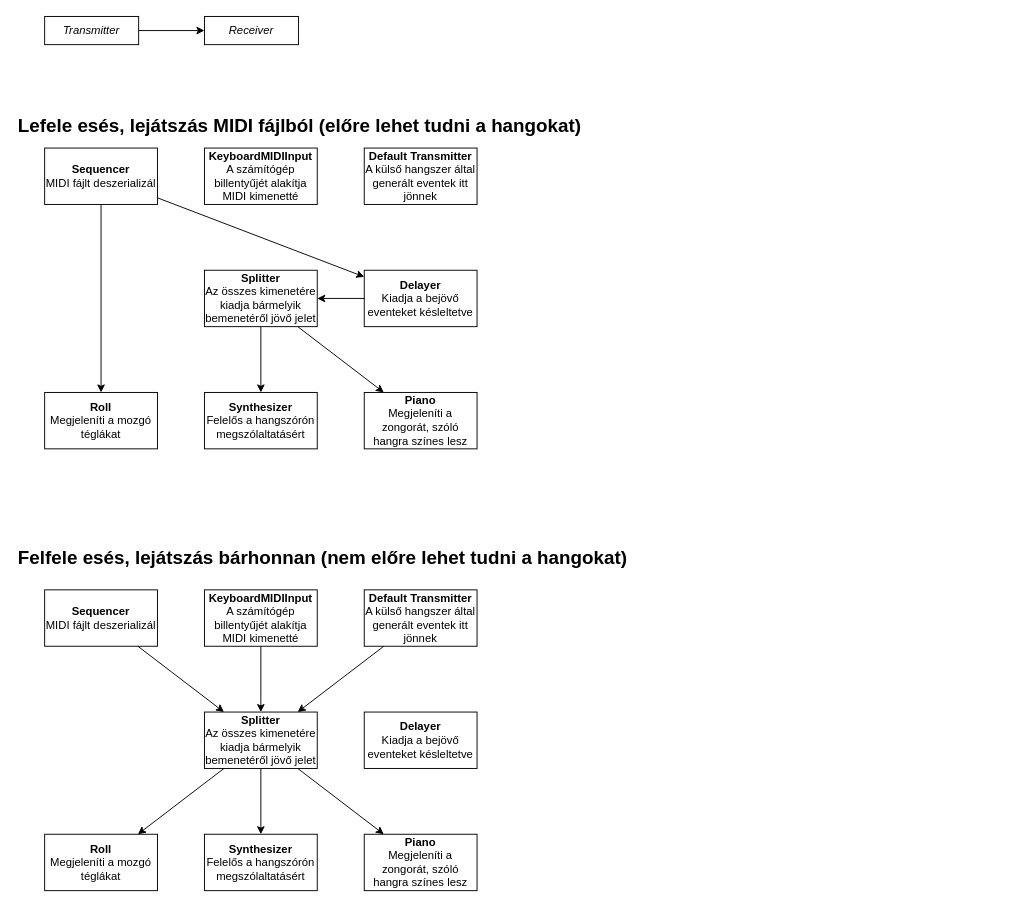
4321ba/synthesijava keeps this draw.io diagram as documentation/MIDI_devices.drawio. Above is the earlier version. Source tidied: cells renumbered, new cells numbered last; positions are measured from the earlier drawing's top-left corner, leaving out a move shared by most shapes. Both pictures are drawn from the tidied source at 94%, with x=0, y=0 at pixel (16, 16).
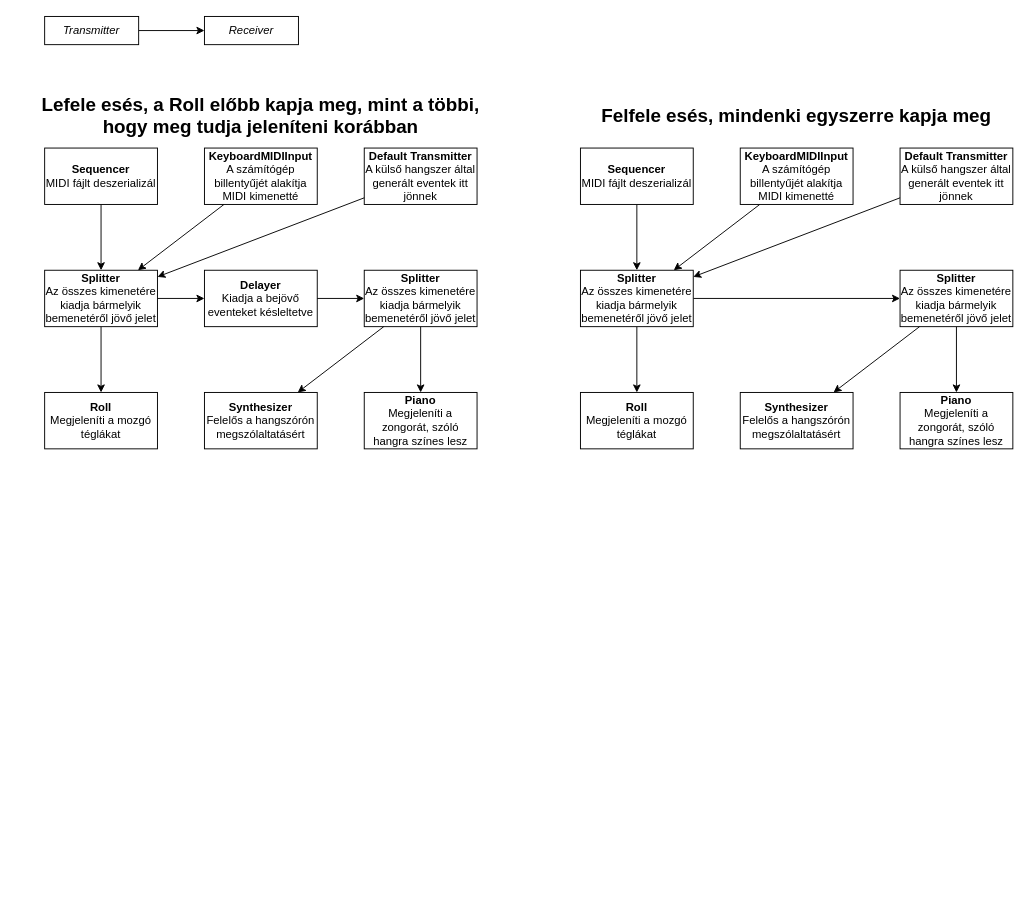
The same page after the edit.

Unchanged cells that the change refers to:
```xml
<mxCell id="2" value="&lt;div&gt;&lt;b&gt;Roll&lt;/b&gt;&lt;/div&gt;&lt;div&gt;Megjeleníti a mozgó téglákat&lt;br&gt;&lt;/div&gt;" style="rounded=0;whiteSpace=wrap;html=1;" parent="1" vertex="1">
  <mxGeometry x="30" y="400" width="120" height="60" as="geometry" />
</mxCell>
<mxCell id="5" value="&lt;div&gt;&lt;b&gt;Sequencer&lt;/b&gt;&lt;/div&gt;&lt;div&gt;MIDI fájlt deszerializál&lt;/div&gt;" style="rounded=0;whiteSpace=wrap;html=1;" parent="1" vertex="1">
  <mxGeometry x="30" y="140" width="120" height="60" as="geometry" />
</mxCell>
<mxCell id="7" value="&lt;div&gt;&lt;b&gt;KeyboardMIDIInput&lt;/b&gt;&lt;/div&gt;&lt;div&gt;A számítógép billentyűjét alakítja MIDI kimenetté&lt;br&gt;&lt;/div&gt;" style="rounded=0;whiteSpace=wrap;html=1;" parent="1" vertex="1">
  <mxGeometry x="200" y="140" width="120" height="60" as="geometry" />
</mxCell>
<mxCell id="12" value="&lt;div&gt;&lt;b&gt;Default Transmitter&lt;/b&gt;&lt;/div&gt;&lt;div&gt;A külső hangszer által generált eventek itt jönnek&lt;br&gt;&lt;/div&gt;" style="rounded=0;whiteSpace=wrap;html=1;" parent="1" vertex="1">
  <mxGeometry x="370" y="140" width="120" height="60" as="geometry" />
</mxCell>
```

What changed in the source:
```diff
@@
-    <mxCell id="4" style="edgeStyle=orthogonalEdgeStyle;rounded=0;jettySize=auto;html=1;fontSize=20;" parent="1" edge="1" source="5" target="2">
+    <mxCell id="4" style="edgeStyle=orthogonalEdgeStyle;rounded=0;jettySize=auto;html=1;fontSize=20;" parent="1" edge="1" source="5" target="35">
       <mxGeometry relative="1" as="geometry" />
     </mxCell>
@@
     <mxCell id="11" value="&lt;div&gt;&lt;b&gt;Delayer&lt;/b&gt;&lt;/div&gt;&lt;div&gt;Kiadja a bejövő eventeket késleltetve&lt;br&gt;&lt;/div&gt;" style="rounded=0;whiteSpace=wrap;html=1;" parent="1" vertex="1">
-      <mxGeometry x="370" y="270" width="120" height="60" as="geometry" />
+      <mxGeometry x="200" y="270" width="120" height="60" as="geometry" />
     </mxCell>
@@
-    <mxCell id="13" value="&lt;div align=&quot;left&quot;&gt;&lt;font style=&quot;font-size: 20px;&quot;&gt;&lt;b&gt;Lefele esés, lejátszás MIDI fájlból (előre lehet tudni a hangokat) &lt;/b&gt;&lt;/font&gt;&lt;/div&gt;" style="text;html=1;strokeColor=none;fillColor=none;align=left;verticalAlign=middle;whiteSpace=wrap;rounded=0;" parent="1" vertex="1">
-      <mxGeometry y="100" width="610" height="30" as="geometry" />
+    <mxCell id="13" value="&lt;div align=&quot;center&quot;&gt;&lt;font style=&quot;font-size: 20px;&quot;&gt;&lt;b&gt;Lefele esés, a Roll előbb kapja meg, mint a többi,&lt;/b&gt;&lt;/font&gt;&lt;/div&gt;&lt;div align=&quot;center&quot;&gt;&lt;font style=&quot;font-size: 20px;&quot;&gt;&lt;b&gt;hogy meg tudja jeleníteni korábban &lt;/b&gt;&lt;/font&gt;&lt;/div&gt;" style="text;html=1;strokeColor=none;fillColor=none;align=center;verticalAlign=middle;whiteSpace=wrap;rounded=0;" parent="1" vertex="1">
+      <mxGeometry x="25" y="90" width="470" height="30" as="geometry" />
     </mxCell>
-    <mxCell id="14" style="endArrow=classic;html=1;rounded=0;fontSize=20;" parent="1" edge="1" source="5" target="11">
+    <mxCell id="14" style="endArrow=classic;html=1;rounded=0;fontSize=20;" parent="1" edge="1" source="35" target="11">
       <mxGeometry relative="1" as="geometry" />
     </mxCell>
@@
-    <mxCell id="17" value="&lt;div align=&quot;left&quot;&gt;&lt;font style=&quot;font-size: 20px;&quot;&gt;&lt;b&gt;Felfele esés, lejátszás bárhonnan (nem előre lehet tudni a hangokat) &lt;/b&gt;&lt;/font&gt;&lt;/div&gt;" style="text;html=1;strokeColor=none;fillColor=none;align=left;verticalAlign=middle;whiteSpace=wrap;rounded=0;" parent="1" vertex="1">
-      <mxGeometry y="560" width="690" height="30" as="geometry" />
+    <mxCell id="17" value="&lt;div align=&quot;center&quot;&gt;&lt;font style=&quot;font-size: 20px;&quot;&gt;&lt;b&gt;Felfele esés, mindenki egyszerre kapja meg &lt;/b&gt;&lt;/font&gt;&lt;/div&gt;" style="text;html=1;strokeColor=none;fillColor=none;align=center;verticalAlign=middle;whiteSpace=wrap;rounded=0;" parent="1" vertex="1">
+      <mxGeometry x="615" y="90" width="430" height="30" as="geometry" />
     </mxCell>
     <mxCell id="18" value="&lt;b&gt;Splitter&lt;/b&gt;&lt;div&gt;Az összes kimenetére kiadja bármelyik bemenetéről jövő jelet&lt;br&gt;&lt;/div&gt;" style="rounded=0;whiteSpace=wrap;html=1;" parent="1" vertex="1">
-      <mxGeometry x="200" y="270" width="120" height="60" as="geometry" />
+      <mxGeometry x="370" y="270" width="120" height="60" as="geometry" />
     </mxCell>
@@
+    <mxCell id="34" style="edgeStyle=orthogonalEdgeStyle;rounded=0;jettySize=auto;html=1;" parent="1" edge="1" source="35" target="2">
+      <mxGeometry relative="1" as="geometry" />
+    </mxCell>
+    <mxCell id="35" value="&lt;b&gt;Splitter&lt;/b&gt;&lt;div&gt;Az összes kimenetére kiadja bármelyik bemenetéről jövő jelet&lt;br&gt;&lt;/div&gt;" style="rounded=0;whiteSpace=wrap;html=1;" parent="1" vertex="1">
+      <mxGeometry x="30" y="270" width="120" height="60" as="geometry" />
+    </mxCell>
+    <mxCell id="36" style="endArrow=classic;html=1;rounded=0;" parent="1" edge="1" source="7" target="35">
+      <mxGeometry relative="1" as="geometry" />
+    </mxCell>
+    <mxCell id="37" style="endArrow=classic;html=1;rounded=0;" parent="1" edge="1" source="12" target="35">
+      <mxGeometry relative="1" as="geometry" />
+    </mxCell>
     <mxCell id="20" value="&lt;div&gt;&lt;b&gt;Roll&lt;/b&gt;&lt;/div&gt;&lt;div&gt;Megjeleníti a mozgó téglákat&lt;br&gt;&lt;/div&gt;" style="rounded=0;whiteSpace=wrap;html=1;" parent="1" vertex="1">
-      <mxGeometry x="30" y="870" width="120" height="60" as="geometry" />
+      <mxGeometry x="600" y="400" width="120" height="60" as="geometry" />
     </mxCell>
     <mxCell id="21" value="&lt;div&gt;&lt;b&gt;Synthesizer&lt;/b&gt;&lt;/div&gt;Felelős a hangszórón megszólaltatásért" style="rounded=0;whiteSpace=wrap;html=1;" parent="1" vertex="1">
-      <mxGeometry x="200" y="870" width="120" height="60" as="geometry" />
+      <mxGeometry x="770" y="400" width="120" height="60" as="geometry" />
     </mxCell>
+    <mxCell id="38" style="edgeStyle=orthogonalEdgeStyle;rounded=0;jettySize=auto;html=1;fontSize=20;" parent="1" edge="1" source="22" target="44">
+      <mxGeometry relative="1" as="geometry" />
+    </mxCell>
     <mxCell id="22" value="&lt;div&gt;&lt;b&gt;Sequencer&lt;/b&gt;&lt;/div&gt;&lt;div&gt;MIDI fájlt deszerializál&lt;/div&gt;" style="rounded=0;whiteSpace=wrap;html=1;" parent="1" vertex="1">
-      <mxGeometry x="30" y="610" width="120" height="60" as="geometry" />
+      <mxGeometry x="600" y="140" width="120" height="60" as="geometry" />
     </mxCell>
     <mxCell id="23" value="&lt;div&gt;&lt;b&gt;Piano&lt;/b&gt;&lt;/div&gt;&lt;div&gt;Megjeleníti a zongorát, szóló hangra színes lesz&lt;br&gt;&lt;/div&gt;" style="rounded=0;whiteSpace=wrap;html=1;" parent="1" vertex="1">
-      <mxGeometry x="370" y="870" width="120" height="60" as="geometry" />
+      <mxGeometry x="940" y="400" width="120" height="60" as="geometry" />
     </mxCell>
     <mxCell id="24" value="&lt;div&gt;&lt;b&gt;KeyboardMIDIInput&lt;/b&gt;&lt;/div&gt;&lt;div&gt;A számítógép billentyűjét alakítja MIDI kimenetté&lt;br&gt;&lt;/div&gt;" style="rounded=0;whiteSpace=wrap;html=1;" parent="1" vertex="1">
-      <mxGeometry x="200" y="610" width="120" height="60" as="geometry" />
+      <mxGeometry x="770" y="140" width="120" height="60" as="geometry" />
     </mxCell>
-    <mxCell id="25" value="&lt;div&gt;&lt;b&gt;Delayer&lt;/b&gt;&lt;/div&gt;&lt;div&gt;Kiadja a bejövő eventeket késleltetve&lt;br&gt;&lt;/div&gt;" style="rounded=0;whiteSpace=wrap;html=1;" parent="1" vertex="1">
-      <mxGeometry x="370" y="740" width="120" height="60" as="geometry" />
-    </mxCell>
     <mxCell id="26" value="&lt;div&gt;&lt;b&gt;Default Transmitter&lt;/b&gt;&lt;/div&gt;&lt;div&gt;A külső hangszer által generált eventek itt jönnek&lt;br&gt;&lt;/div&gt;" style="rounded=0;whiteSpace=wrap;html=1;" parent="1" vertex="1">
-      <mxGeometry x="370" y="610" width="120" height="60" as="geometry" />
+      <mxGeometry x="940" y="140" width="120" height="60" as="geometry" />
     </mxCell>
-    <mxCell id="27" style="endArrow=classic;html=1;rounded=0;fontSize=20;" parent="1" edge="1" source="22" target="29">
-      <mxGeometry relative="1" as="geometry" />
-    </mxCell>
-    <mxCell id="28" style="endArrow=classic;html=1;rounded=0;fontSize=20;" parent="1" edge="1" source="29" target="23">
-      <mxGeometry relative="1" as="geometry" />
-    </mxCell>
-    <mxCell id="29" value="&lt;b&gt;Splitter&lt;/b&gt;&lt;div&gt;Az összes kimenetére kiadja bármelyik bemenetéről jövő jelet&lt;br&gt;&lt;/div&gt;" style="rounded=0;whiteSpace=wrap;html=1;" parent="1" vertex="1">
-      <mxGeometry x="200" y="740" width="120" height="60" as="geometry" />
-    </mxCell>
-    <mxCell id="30" style="endArrow=classic;html=1;rounded=0;fontSize=20;" parent="1" edge="1" source="29" target="21">
-      <mxGeometry relative="1" as="geometry" />
-    </mxCell>
-    <mxCell id="31" style="endArrow=classic;html=1;rounded=0;fontSize=20;" parent="1" edge="1" source="29" target="20">
-      <mxGeometry relative="1" as="geometry" />
-    </mxCell>
-    <mxCell id="32" style="endArrow=classic;html=1;rounded=0;fontSize=20;" parent="1" edge="1" source="24" target="29">
-      <mxGeometry relative="1" as="geometry" />
-    </mxCell>
-    <mxCell id="33" style="endArrow=classic;html=1;rounded=0;fontSize=20;" parent="1" edge="1" source="26" target="29">
-      <mxGeometry relative="1" as="geometry" />
-    </mxCell>
+    <mxCell id="39" style="endArrow=classic;html=1;rounded=0;fontSize=20;" parent="1" edge="1" source="44" target="41">
+      <mxGeometry relative="1" as="geometry" />
+    </mxCell>
+    <mxCell id="40" style="endArrow=classic;html=1;rounded=0;fontSize=20;" parent="1" edge="1" source="41" target="23">
+      <mxGeometry relative="1" as="geometry" />
+    </mxCell>
+    <mxCell id="41" value="&lt;b&gt;Splitter&lt;/b&gt;&lt;div&gt;Az összes kimenetére kiadja bármelyik bemenetéről jövő jelet&lt;br&gt;&lt;/div&gt;" style="rounded=0;whiteSpace=wrap;html=1;" parent="1" vertex="1">
+      <mxGeometry x="940" y="270" width="120" height="60" as="geometry" />
+    </mxCell>
+    <mxCell id="42" style="endArrow=classic;html=1;rounded=0;fontSize=20;" parent="1" edge="1" source="41" target="21">
+      <mxGeometry relative="1" as="geometry" />
+    </mxCell>
+    <mxCell id="43" style="edgeStyle=orthogonalEdgeStyle;rounded=0;jettySize=auto;html=1;" parent="1" edge="1" source="44" target="20">
+      <mxGeometry relative="1" as="geometry" />
+    </mxCell>
+    <mxCell id="44" value="&lt;b&gt;Splitter&lt;/b&gt;&lt;div&gt;Az összes kimenetére kiadja bármelyik bemenetéről jövő jelet&lt;br&gt;&lt;/div&gt;" style="rounded=0;whiteSpace=wrap;html=1;" parent="1" vertex="1">
+      <mxGeometry x="600" y="270" width="120" height="60" as="geometry" />
+    </mxCell>
+    <mxCell id="45" style="endArrow=classic;html=1;rounded=0;" parent="1" edge="1" source="24" target="44">
+      <mxGeometry relative="1" as="geometry" />
+    </mxCell>
+    <mxCell id="46" style="endArrow=classic;html=1;rounded=0;" parent="1" edge="1" source="26" target="44">
+      <mxGeometry relative="1" as="geometry" />
+    </mxCell>
```
